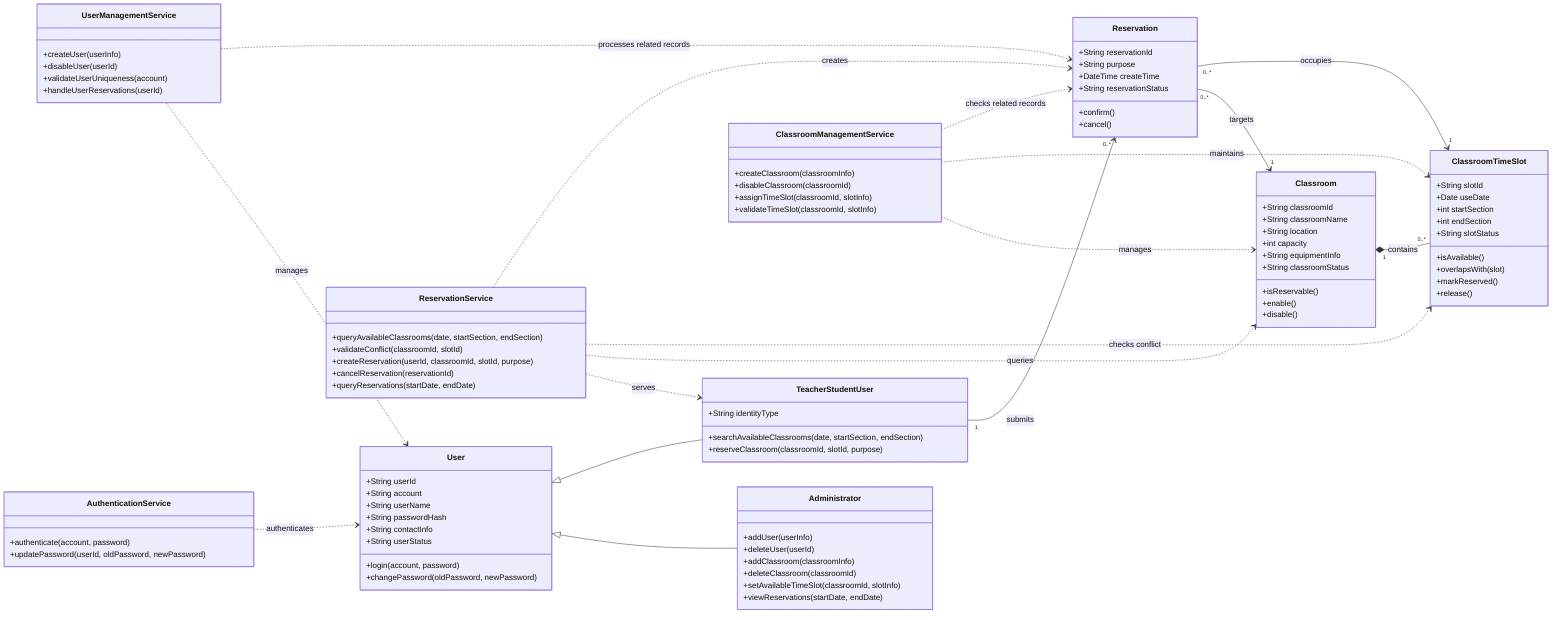
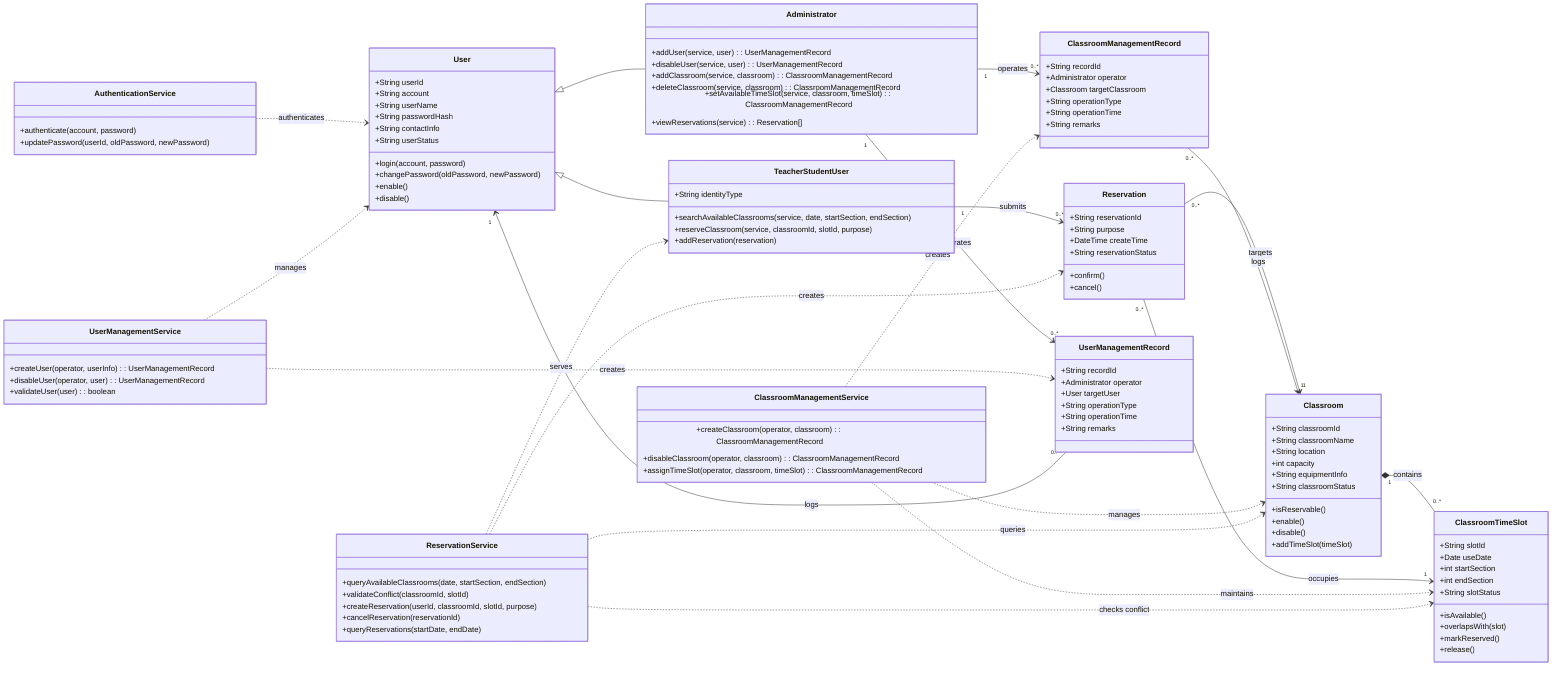
classDiagram
direction LR

class User {
  +String userId
  +String account
  +String userName
  +String passwordHash
  +String contactInfo
  +String userStatus
  +login(account, password)
  +changePassword(oldPassword, newPassword)
+   +enable()
+   +disable()
}

class Administrator {
-   +addUser(userInfo)
-   +deleteUser(userId)
-   +addClassroom(classroomInfo)
-   +deleteClassroom(classroomId)
-   +setAvailableTimeSlot(classroomId, slotInfo)
-   +viewReservations(startDate, endDate)
+   +addUser(service, user) : UserManagementRecord
+   +disableUser(service, user) : UserManagementRecord
+   +addClassroom(service, classroom) : ClassroomManagementRecord
+   +deleteClassroom(service, classroom) : ClassroomManagementRecord
+   +setAvailableTimeSlot(service, classroom, timeSlot) : ClassroomManagementRecord
+   +viewReservations(service) : Reservation[]
}

class TeacherStudentUser {
  +String identityType
-   +searchAvailableClassrooms(date, startSection, endSection)
-   +reserveClassroom(classroomId, slotId, purpose)
+   +searchAvailableClassrooms(service, date, startSection, endSection)
+   +reserveClassroom(service, classroomId, slotId, purpose)
+   +addReservation(reservation)
}

class Classroom {
  +String classroomId
  +String classroomName
  +String location
  +int capacity
  +String equipmentInfo
  +String classroomStatus
  +isReservable()
  +enable()
  +disable()
+   +addTimeSlot(timeSlot)
}

class ClassroomTimeSlot {
  +String slotId
  +Date useDate
  +int startSection
  +int endSection
  +String slotStatus
  +isAvailable()
  +overlapsWith(slot)
  +markReserved()
  +release()
}

class Reservation {
  +String reservationId
  +String purpose
  +DateTime createTime
  +String reservationStatus
  +confirm()
  +cancel()
}

+ class ClassroomManagementRecord {
+   +String recordId
+   +Administrator operator
+   +Classroom targetClassroom
+   +String operationType
+   +String operationTime
+   +String remarks
+ }
+ 
+ class UserManagementRecord {
+   +String recordId
+   +Administrator operator
+   +User targetUser
+   +String operationType
+   +String operationTime
+   +String remarks
+ }
+ 
class AuthenticationService {
  +authenticate(account, password)
  +updatePassword(userId, oldPassword, newPassword)
}

class UserManagementService {
-   +createUser(userInfo)
-   +disableUser(userId)
-   +validateUserUniqueness(account)
-   +handleUserReservations(userId)
+   +createUser(operator, userInfo) : UserManagementRecord
+   +disableUser(operator, user) : UserManagementRecord
+   +validateUser(user) : boolean
}

class ClassroomManagementService {
-   +createClassroom(classroomInfo)
-   +disableClassroom(classroomId)
-   +assignTimeSlot(classroomId, slotInfo)
-   +validateTimeSlot(classroomId, slotInfo)
+   +createClassroom(operator, classroom) : ClassroomManagementRecord
+   +disableClassroom(operator, classroom) : ClassroomManagementRecord
+   +assignTimeSlot(operator, classroom, timeSlot) : ClassroomManagementRecord
}

class ReservationService {
  +queryAvailableClassrooms(date, startSection, endSection)
  +validateConflict(classroomId, slotId)
  +createReservation(userId, classroomId, slotId, purpose)
  +cancelReservation(reservationId)
  +queryReservations(startDate, endDate)
}

+ %% 继承关系
User <|-- Administrator
User <|-- TeacherStudentUser
+ 
+ %% 组合关系
+ Classroom "1" *-- "0..*" ClassroomTimeSlot : contains
+ 
+ %% 关联关系：师生与预订（拆分师生-教室 N:M）
TeacherStudentUser "1" --> "0..*" Reservation : submits
- Classroom "1" *-- "0..*" ClassroomTimeSlot : contains
Reservation "0..*" --> "1" Classroom : targets
Reservation "0..*" --> "1" ClassroomTimeSlot : occupies

+ %% 关联关系：管理员与教室管理记录（拆分管理员-教室 N:M）
+ Administrator "1" --> "0..*" ClassroomManagementRecord : operates
+ ClassroomManagementRecord "0..*" --> "1" Classroom : logs
+ 
+ %% 关联关系：管理员与用户管理记录（拆分管理员-用户 N:M）
+ Administrator "1" --> "0..*" UserManagementRecord : operates
+ UserManagementRecord "0..*" --> "1" User : logs
+ 
+ %% 依赖关系：服务类依赖实体类
AuthenticationService ..> User : authenticates
UserManagementService ..> User : manages
- UserManagementService ..> Reservation : processes related records
+ UserManagementService ..> UserManagementRecord : creates
ClassroomManagementService ..> Classroom : manages
ClassroomManagementService ..> ClassroomTimeSlot : maintains
- ClassroomManagementService ..> Reservation : checks related records
+ ClassroomManagementService ..> ClassroomManagementRecord : creates
ReservationService ..> TeacherStudentUser : serves
ReservationService ..> Classroom : queries
ReservationService ..> ClassroomTimeSlot : checks conflict
ReservationService ..> Reservation : creates
